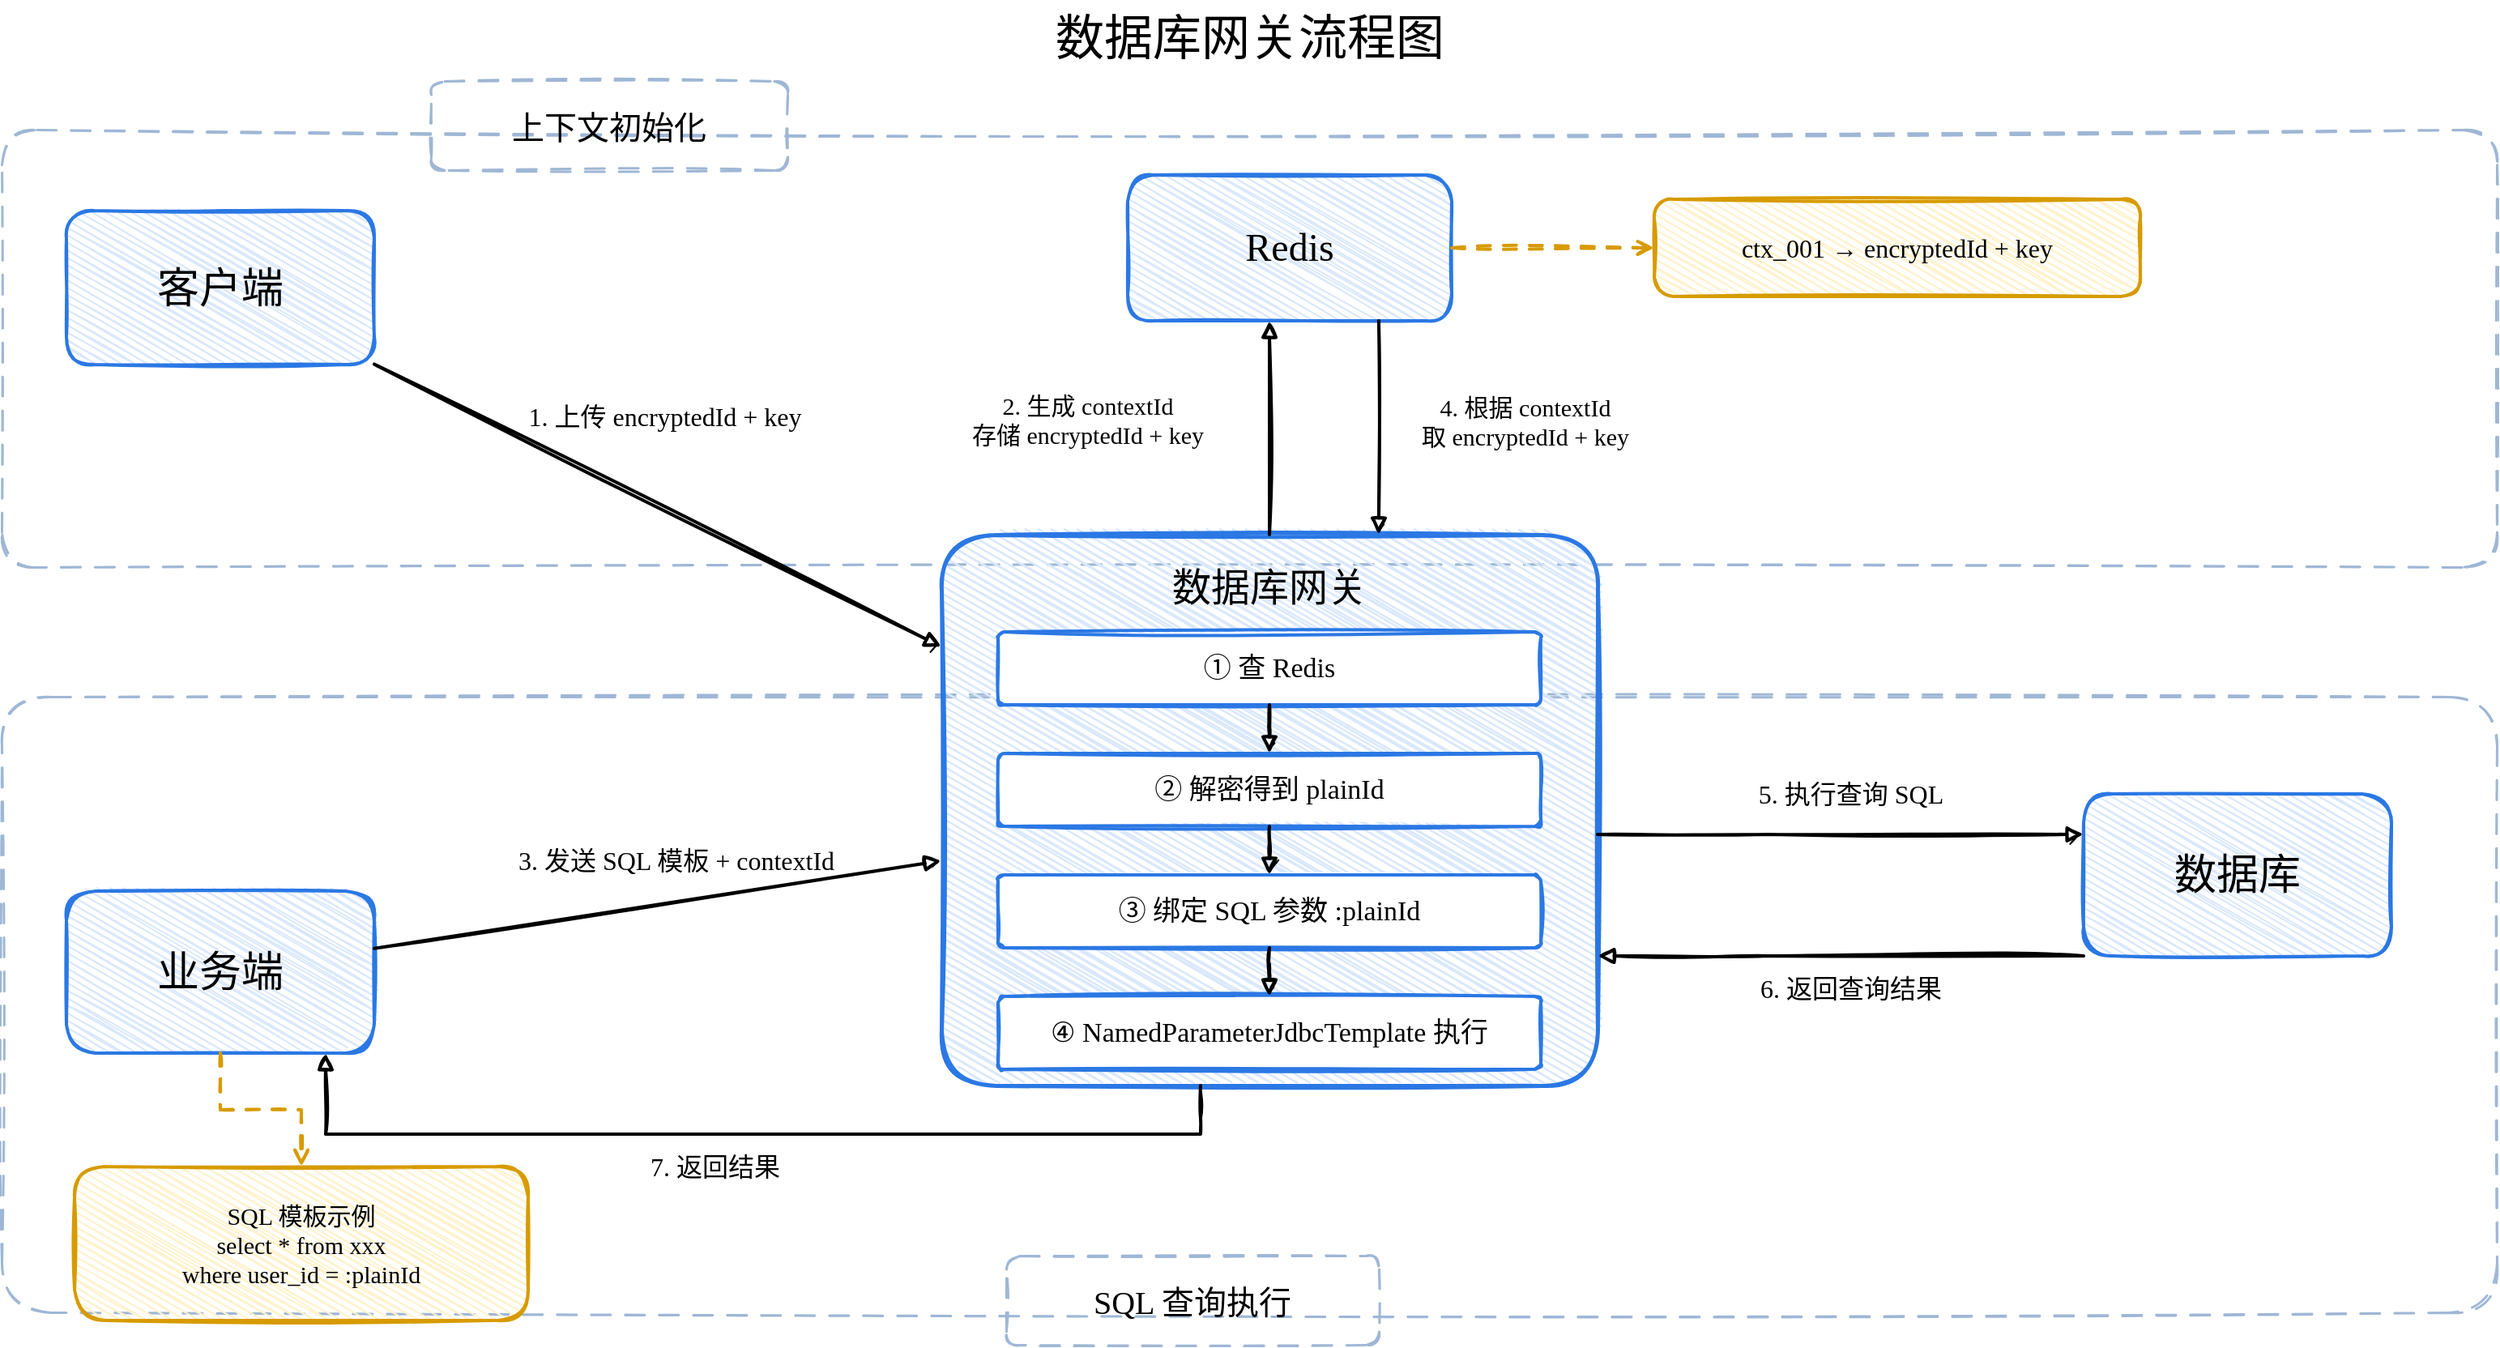
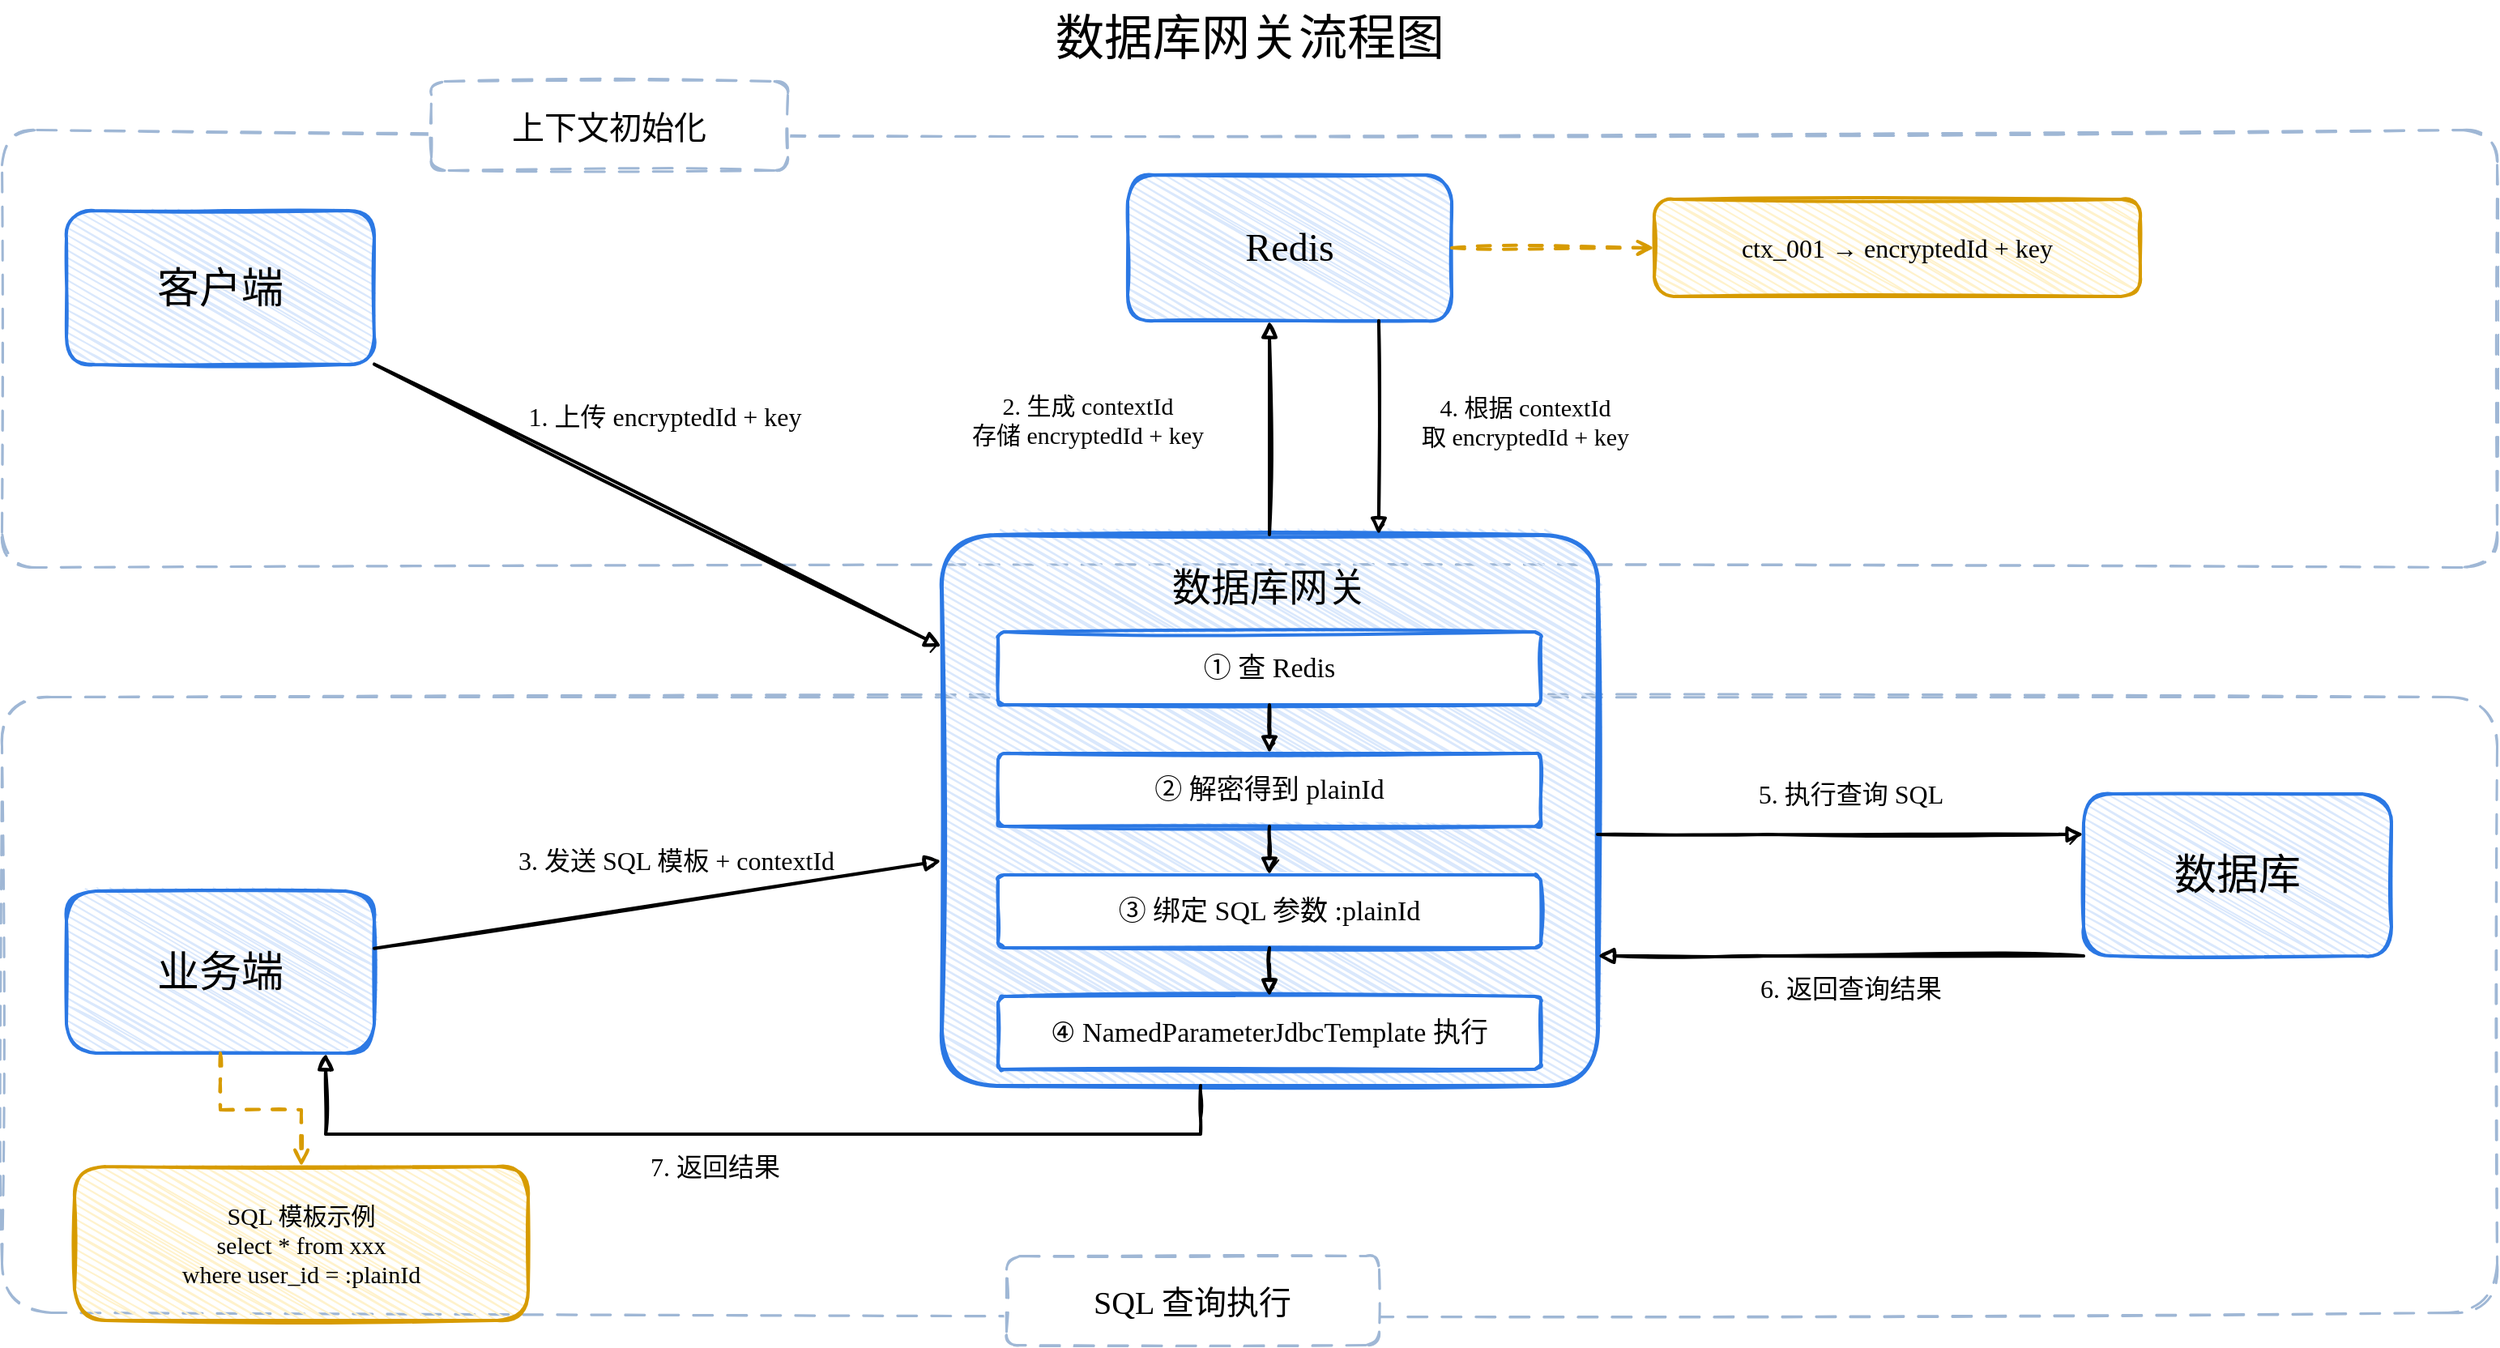
<mxfile host="app.diagrams.net">
  <diagram name="第 1 页" id="lDtMVX3rfUzubP_undm2">
    <mxGraphModel dx="1543" dy="1078" grid="1" gridSize="10" guides="1" tooltips="1" connect="1" arrows="1" fold="1" page="1" pageScale="1" pageWidth="1600" pageHeight="900" math="0" shadow="0">
      <root>
        <mxCell id="0" />
        <mxCell id="1" parent="0" />
        <mxCell id="sec_init" parent="1" style="rounded=1;whiteSpace=wrap;html=1;fillColor=none;strokeColor=#9fb7d5;dashed=1;dashPattern=8 6;strokeWidth=1.5;arcSize=8;sketch=1;" value="" vertex="1">
          <mxGeometry height="270" width="1540" x="30" y="100" as="geometry" />
        </mxCell>
        <mxCell id="sec_sql" parent="1" style="rounded=1;whiteSpace=wrap;html=1;fillColor=none;strokeColor=#9fb7d5;dashed=1;dashPattern=8 6;strokeWidth=1.5;arcSize=8;sketch=1;" value="" vertex="1">
          <mxGeometry height="380" width="1540" x="30" y="450" as="geometry" />
        </mxCell>
        <mxCell id="title" parent="1" style="text;html=1;strokeColor=none;fillColor=none;align=center;verticalAlign=middle;fontSize=30;fontFamily=Comic Sans MS;" value="数据库网关流程图" vertex="1">
          <mxGeometry height="45" width="400" x="600" y="20" as="geometry" />
        </mxCell>
-         <mxCell id="label_init" parent="1" style="rounded=1;whiteSpace=wrap;html=1;fillColor=none;strokeColor=#9fb7d5;dashed=1;dashPattern=8 6;strokeWidth=1.5;fontSize=20;fontFamily=Comic Sans MS;sketch=1;" value="上下文初始化" vertex="1">
+         <mxCell id="label_init" parent="1" style="rounded=1;whiteSpace=wrap;html=1;fillColor=default;strokeColor=#9fb7d5;dashed=1;dashPattern=8 6;strokeWidth=1.5;fontSize=20;fontFamily=Comic Sans MS;sketch=1;" value="上下文初始化" vertex="1">
          <mxGeometry height="55" width="220" x="295" y="70" as="geometry" />
        </mxCell>
-         <mxCell id="label_sql" parent="1" style="rounded=1;whiteSpace=wrap;html=1;fillColor=none;strokeColor=#9fb7d5;dashed=1;dashPattern=8 6;strokeWidth=1.5;fontSize=20;fontFamily=Comic Sans MS;sketch=1;" value="SQL 查询执行" vertex="1">
+         <mxCell id="label_sql" parent="1" style="rounded=1;whiteSpace=wrap;html=1;fillColor=default;strokeColor=#9fb7d5;dashed=1;dashPattern=8 6;strokeWidth=1.5;fontSize=20;fontFamily=Comic Sans MS;sketch=1;" value="SQL 查询执行" vertex="1">
          <mxGeometry height="55" width="230" x="650" y="795" as="geometry" />
        </mxCell>
        <mxCell id="client" parent="1" style="rounded=1;whiteSpace=wrap;html=1;fillColor=#dae8fc;strokeColor=#2b78e4;strokeWidth=2;arcSize=18;fontSize=26;fontFamily=Comic Sans MS;sketch=1;hachureGap=4;hachureAngle=60;" value="客户端" vertex="1">
          <mxGeometry height="95" width="190" x="70" y="150" as="geometry" />
        </mxCell>
        <mxCell id="biz" parent="1" style="rounded=1;whiteSpace=wrap;html=1;fillColor=#dae8fc;strokeColor=#2b78e4;strokeWidth=2;arcSize=18;fontSize=26;fontFamily=Comic Sans MS;sketch=1;hachureGap=4;hachureAngle=60;" value="业务端" vertex="1">
          <mxGeometry height="100" width="190" x="70" y="570" as="geometry" />
        </mxCell>
        <mxCell id="redis" parent="1" style="rounded=1;whiteSpace=wrap;html=1;fillColor=#dae8fc;strokeColor=#2b78e4;strokeWidth=2;arcSize=18;fontSize=24;fontFamily=Comic Sans MS;sketch=1;hachureGap=4;hachureAngle=60;" value="Redis" vertex="1">
          <mxGeometry height="90" width="200" x="725" y="128" as="geometry" />
        </mxCell>
        <mxCell id="db" parent="1" style="rounded=1;whiteSpace=wrap;html=1;fillColor=#dae8fc;strokeColor=#2b78e4;strokeWidth=2;arcSize=18;fontSize=26;fontFamily=Comic Sans MS;sketch=1;hachureGap=4;hachureAngle=60;" value="数据库" vertex="1">
          <mxGeometry height="100" width="190" x="1315" y="510" as="geometry" />
        </mxCell>
        <mxCell id="gateway" parent="1" style="rounded=1;whiteSpace=wrap;html=1;fillColor=#dae8fc;strokeColor=#2b78e4;strokeWidth=2.5;arcSize=10;fontSize=24;fontFamily=Comic Sans MS;sketch=1;hachureGap=4;hachureAngle=60;verticalAlign=top;spacingTop=12;" value="数据库网关" vertex="1">
          <mxGeometry height="340" width="405" x="610" y="350" as="geometry" />
        </mxCell>
        <mxCell id="s1" parent="1" style="rounded=1;whiteSpace=wrap;html=1;fillColor=#ffffff;strokeColor=#2b78e4;strokeWidth=2;arcSize=8;fontSize=17;fontFamily=Comic Sans MS;sketch=1;" value="① 查 Redis" vertex="1">
          <mxGeometry height="45" width="335" x="645" y="410" as="geometry" />
        </mxCell>
        <mxCell id="s2" parent="1" style="rounded=1;whiteSpace=wrap;html=1;fillColor=#ffffff;strokeColor=#2b78e4;strokeWidth=2;arcSize=8;fontSize=17;fontFamily=Comic Sans MS;sketch=1;" value="② 解密得到 plainId" vertex="1">
          <mxGeometry height="45" width="335" x="645" y="485" as="geometry" />
        </mxCell>
        <mxCell id="s3" parent="1" style="rounded=1;whiteSpace=wrap;html=1;fillColor=#ffffff;strokeColor=#2b78e4;strokeWidth=2;arcSize=8;fontSize=17;fontFamily=Comic Sans MS;sketch=1;" value="③ 绑定 SQL 参数 :plainId" vertex="1">
          <mxGeometry height="45" width="335" x="645" y="560" as="geometry" />
        </mxCell>
        <mxCell id="s4" parent="1" style="rounded=1;whiteSpace=wrap;html=1;fillColor=#ffffff;strokeColor=#2b78e4;strokeWidth=2;arcSize=8;fontSize=17;fontFamily=Comic Sans MS;sketch=1;" value="④ NamedParameterJdbcTemplate 执行" vertex="1">
          <mxGeometry height="45" width="335" x="645" y="635" as="geometry" />
        </mxCell>
        <mxCell id="redis_note" parent="1" style="rounded=1;whiteSpace=wrap;html=1;fillColor=#fff2cc;strokeColor=#d79b00;strokeWidth=2;arcSize=20;fontSize=16;fontFamily=Comic Sans MS;sketch=1;hachureGap=4;hachureAngle=60;" value="ctx_001 → encryptedId + key" vertex="1">
          <mxGeometry height="60" width="300" x="1050" y="143" as="geometry" />
        </mxCell>
        <mxCell id="sql_note" parent="1" style="rounded=1;whiteSpace=wrap;html=1;fillColor=#fff2cc;strokeColor=#d79b00;strokeWidth=2;arcSize=20;fontSize=15;fontFamily=Comic Sans MS;sketch=1;hachureGap=4;hachureAngle=60;" value="SQL 模板示例&lt;br&gt;select * from xxx&lt;br&gt;where user_id = :plainId" vertex="1">
          <mxGeometry height="95" width="280" x="75" y="740" as="geometry" />
        </mxCell>
        <mxCell id="e1" edge="1" parent="1" source="client" style="rounded=0;orthogonalLoop=1;jettySize=auto;html=1;endArrow=block;endFill=1;strokeColor=#000000;strokeWidth=2;fontSize=16;fontFamily=Comic Sans MS;sketch=1;labelBackgroundColor=none;" target="gateway" value="1. 上传 encryptedId + key">
          <mxGeometry relative="1" x="-0.0333" y="36" as="geometry">
            <mxPoint x="-6" y="-20" as="offset" />
          </mxGeometry>
        </mxCell>
        <mxCell id="e2" edge="1" parent="1" source="gateway" style="edgeStyle=orthogonalEdgeStyle;rounded=0;orthogonalLoop=1;jettySize=auto;html=1;endArrow=block;endFill=1;strokeColor=#000000;strokeWidth=2;fontSize=15;fontFamily=Comic Sans MS;sketch=1;labelBackgroundColor=none;" target="redis" value="2. 生成 contextId&lt;br&gt;存储 encryptedId + key">
          <mxGeometry relative="1" x="0.0606" y="113" as="geometry">
            <mxPoint y="-1" as="offset" />
            <Array as="points">
              <mxPoint x="765" y="350" />
              <mxPoint x="765" y="220" />
            </Array>
          </mxGeometry>
        </mxCell>
        <mxCell id="e3" edge="1" parent="1" source="biz" style="rounded=0;orthogonalLoop=1;jettySize=auto;html=1;endArrow=block;endFill=1;strokeColor=#000000;strokeWidth=2;fontSize=16;fontFamily=Comic Sans MS;sketch=1;labelBackgroundColor=none;" target="gateway" value="3. 发送 SQL 模板 + contextId">
          <mxGeometry relative="1" x="0.0833" y="25" as="geometry">
            <mxPoint as="offset" />
          </mxGeometry>
        </mxCell>
        <mxCell id="e4" edge="1" parent="1" source="redis" style="edgeStyle=orthogonalEdgeStyle;rounded=0;orthogonalLoop=1;jettySize=auto;html=1;endArrow=block;endFill=1;strokeColor=#000000;strokeWidth=2;fontSize=15;fontFamily=Comic Sans MS;sketch=1;labelBackgroundColor=none;" target="gateway" value="4. 根据 contextId&lt;br&gt;取 encryptedId + key">
          <mxGeometry relative="1" x="-0.0606" y="90" as="geometry">
            <mxPoint as="offset" />
            <Array as="points">
              <mxPoint x="880" y="220" />
              <mxPoint x="880" y="350" />
            </Array>
          </mxGeometry>
        </mxCell>
        <mxCell id="e5" edge="1" parent="1" source="gateway" style="edgeStyle=orthogonalEdgeStyle;rounded=0;orthogonalLoop=1;jettySize=auto;html=1;endArrow=block;endFill=1;strokeColor=#000000;strokeWidth=2;fontSize=16;fontFamily=Comic Sans MS;sketch=1;labelBackgroundColor=none;" target="db" value="5. 执行查询 SQL">
          <mxGeometry relative="1" x="0.0333" y="25" as="geometry">
            <mxPoint x="1" as="offset" />
            <Array as="points">
              <mxPoint x="1120" y="535" />
              <mxPoint x="1315" y="535" />
            </Array>
          </mxGeometry>
        </mxCell>
        <mxCell id="e6" edge="1" parent="1" source="db" style="edgeStyle=orthogonalEdgeStyle;rounded=0;orthogonalLoop=1;jettySize=auto;html=1;endArrow=block;endFill=1;strokeColor=#000000;strokeWidth=2;fontSize=16;fontFamily=Comic Sans MS;sketch=1;" target="gateway" value="6. 返回查询结果">
          <mxGeometry relative="1" x="-0.0333" y="20" as="geometry">
            <mxPoint x="1" as="offset" />
            <Array as="points">
              <mxPoint x="1120" y="610" />
              <mxPoint x="1015" y="610" />
            </Array>
          </mxGeometry>
        </mxCell>
        <mxCell id="e7" edge="1" parent="1" source="gateway" style="edgeStyle=orthogonalEdgeStyle;rounded=0;orthogonalLoop=1;jettySize=auto;html=1;endArrow=block;endFill=1;strokeColor=#000000;strokeWidth=2;fontSize=16;fontFamily=Comic Sans MS;sketch=1;labelBackgroundColor=none;" target="biz" value="7. 返回结果">
          <mxGeometry relative="1" x="0.0645" y="20" as="geometry">
            <mxPoint as="offset" />
            <Array as="points">
              <mxPoint x="770" y="710" />
              <mxPoint x="770" y="720" />
              <mxPoint x="230" y="720" />
              <mxPoint x="230" y="670" />
            </Array>
          </mxGeometry>
        </mxCell>
        <mxCell id="is12" edge="1" parent="1" source="s1" style="edgeStyle=orthogonalEdgeStyle;rounded=0;orthogonalLoop=1;jettySize=auto;html=1;endArrow=block;endFill=1;strokeColor=#000000;strokeWidth=2;fontSize=1;fontFamily=Comic Sans MS;sketch=1;" target="s2" value="">
          <mxGeometry relative="1" as="geometry" />
        </mxCell>
        <mxCell id="is23" edge="1" parent="1" source="s2" style="edgeStyle=orthogonalEdgeStyle;rounded=0;orthogonalLoop=1;jettySize=auto;html=1;endArrow=block;endFill=1;strokeColor=#000000;strokeWidth=2;fontSize=1;fontFamily=Comic Sans MS;sketch=1;" target="s3" value="">
          <mxGeometry relative="1" as="geometry" />
        </mxCell>
        <mxCell id="is34" edge="1" parent="1" source="s3" style="edgeStyle=orthogonalEdgeStyle;rounded=0;orthogonalLoop=1;jettySize=auto;html=1;endArrow=block;endFill=1;strokeColor=#000000;strokeWidth=2;fontSize=1;fontFamily=Comic Sans MS;sketch=1;" target="s4" value="">
          <mxGeometry relative="1" as="geometry" />
        </mxCell>
        <mxCell id="n1" edge="1" parent="1" source="redis" style="edgeStyle=orthogonalEdgeStyle;rounded=0;orthogonalLoop=1;jettySize=auto;html=1;endArrow=open;endFill=1;strokeColor=#d79b00;strokeWidth=2;fontSize=16;fontFamily=Comic Sans MS;sketch=1;dashed=1;dashPattern=4 4;" target="redis_note" value="">
          <mxGeometry relative="1" as="geometry" />
        </mxCell>
        <mxCell id="n2" edge="1" parent="1" source="biz" style="edgeStyle=orthogonalEdgeStyle;rounded=0;orthogonalLoop=1;jettySize=auto;html=1;endArrow=open;endFill=1;strokeColor=#d79b00;strokeWidth=2;fontSize=16;fontFamily=Comic Sans MS;sketch=1;dashed=1;dashPattern=4 4;" target="sql_note" value="">
          <mxGeometry relative="1" as="geometry" />
        </mxCell>
      </root>
    </mxGraphModel>
  </diagram>
</mxfile>
